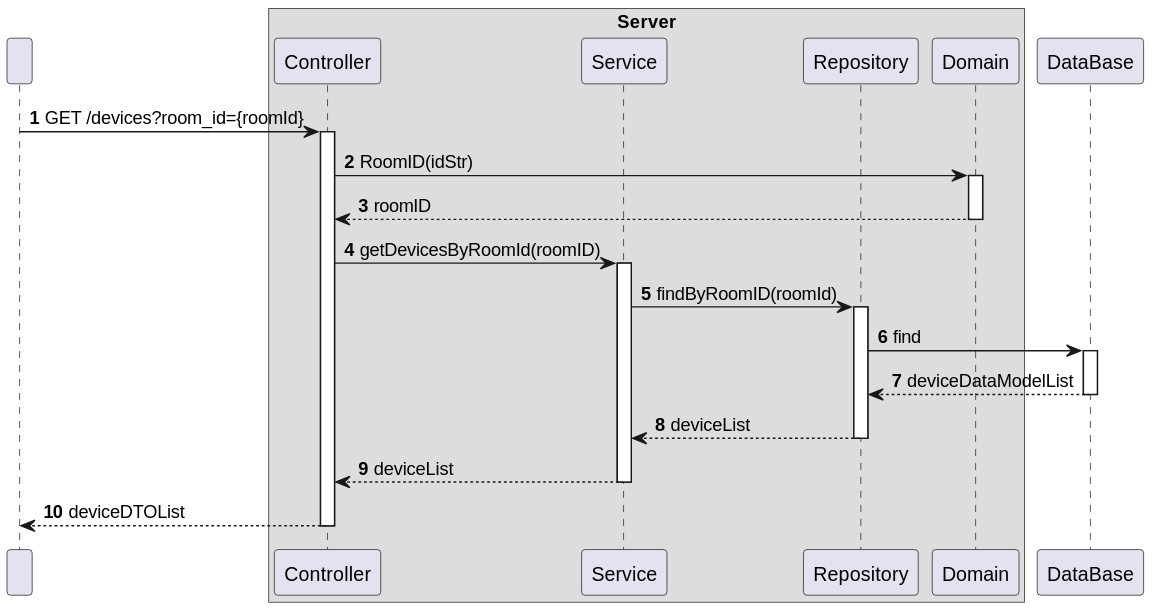
olivDiogo/SmartHome keeps this PlantUML diagram as docs/ooa/C4_4plus1_models/Level3/ProcessView/ProcessViewLevel3_UC06_v1.svg. Above is the earlier version.
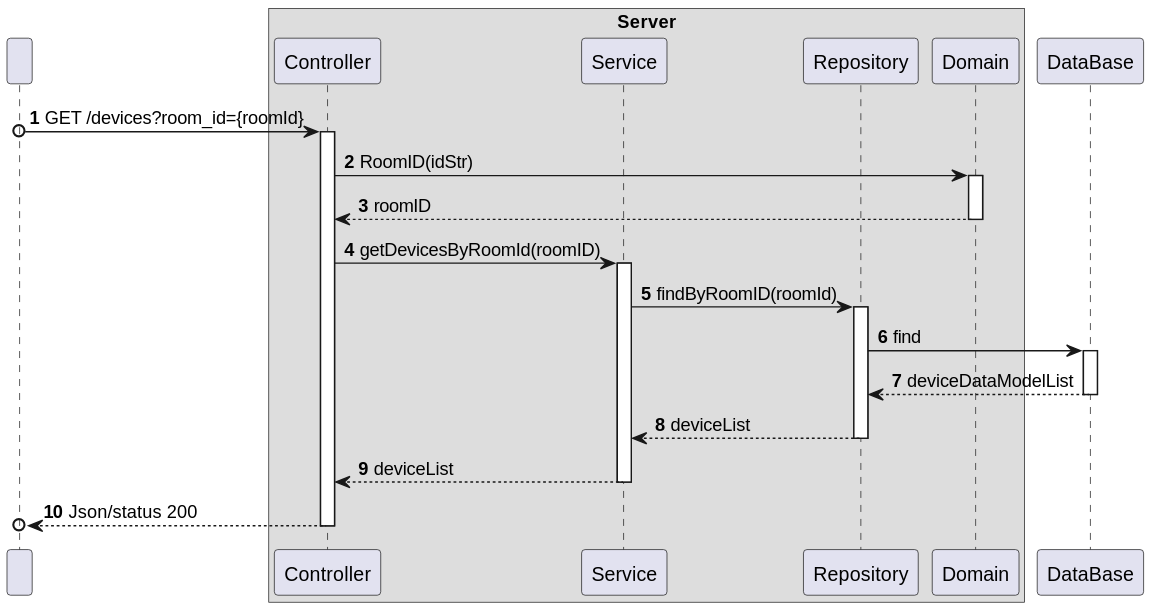
Later version of the same file.

Commit message:
docs: update Process view level 3

The edit, as a diff of the source:
```diff
@@ -16,7 +16,7 @@
 participant "DataBase" as BD
 
 
-HTTP -> CTRL : GET /devices?room_id={roomId}
+HTTP o-> CTRL : GET /devices?room_id={roomId}
 activate CTRL
 
 CTRL -> DOM : RoomID(idStr)
@@ -42,6 +42,6 @@
 SV --> CTRL : deviceList
 deactivate SV
 
-CTRL --> HTTP : deviceDTOList
+CTRL -->o HTTP : Json/status 200
 deactivate CTRL
 @enduml
```
